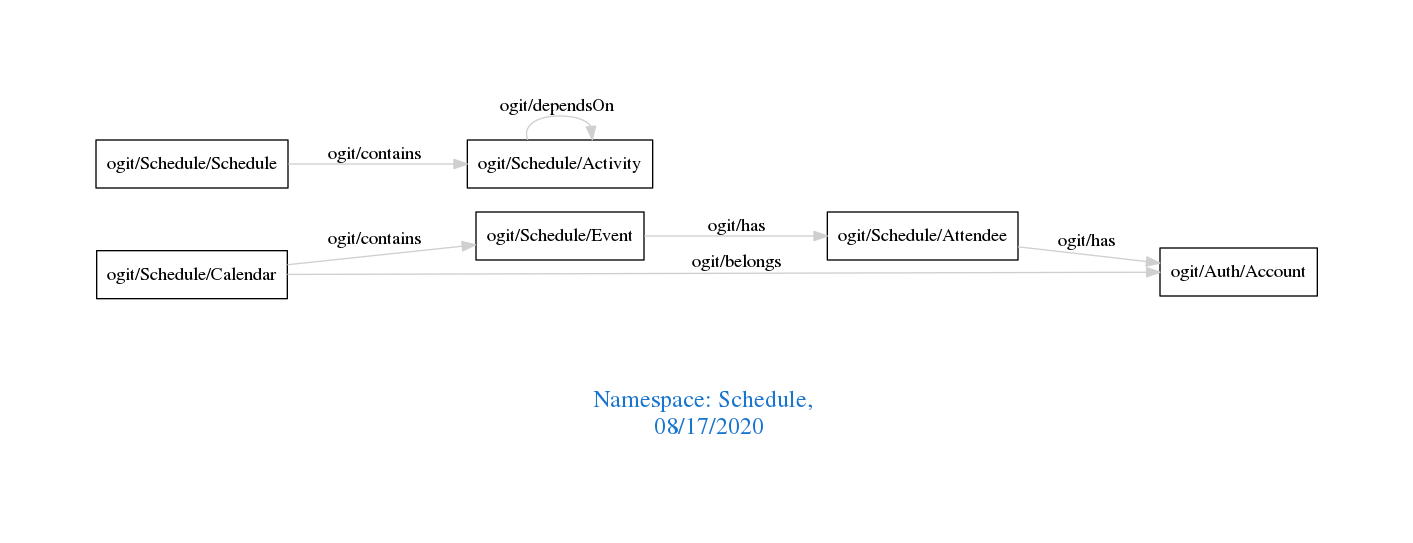
This is downloads/Schedule.png from arago/OGIT, a Graphviz export, as it was before one commit. Its source is kept beside it as downloads/Schedule.dot.
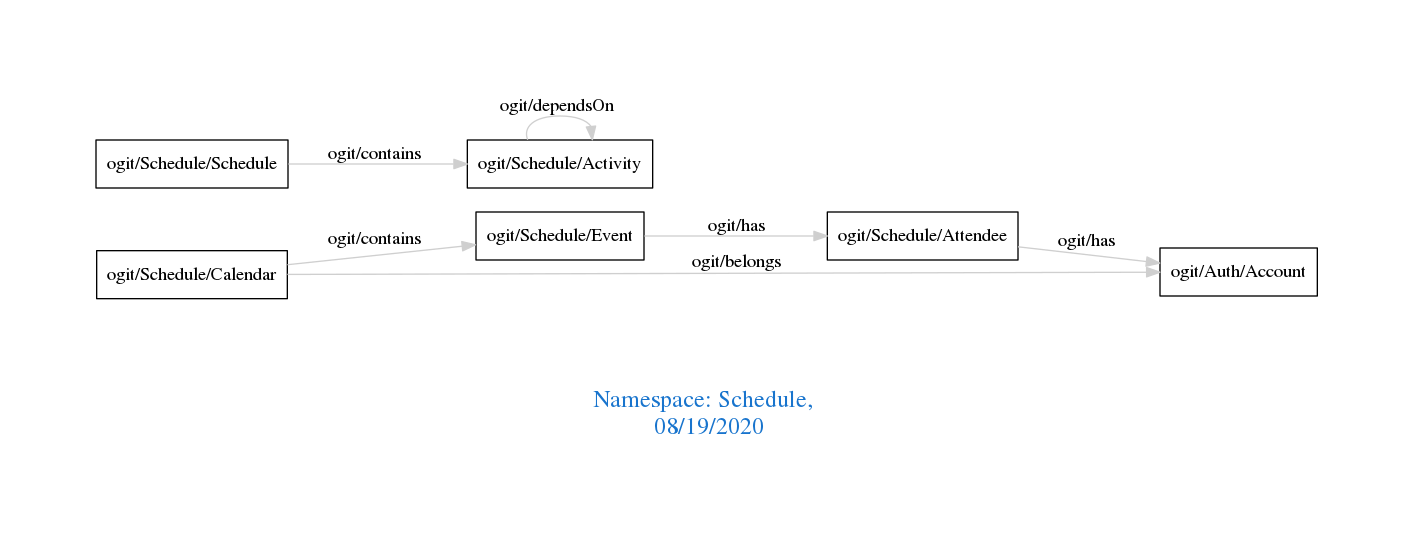
Later version of the same file.

The edit, as a diff of the source:
```diff
@@ -1,7 +1,7 @@
 digraph OGIT_ontology {
  graph [ rankdir= LR,pad=1
 fontsize = 18,
-fontcolor= dodgerblue3,label = "\n\n\nNamespace: Schedule, \n 08/17/2020"];
+fontcolor= dodgerblue3,label = "\n\n\nNamespace: Schedule, \n 08/19/2020"];
 node[shape=polygon];
 edge [  color="gray81"];
 
```
